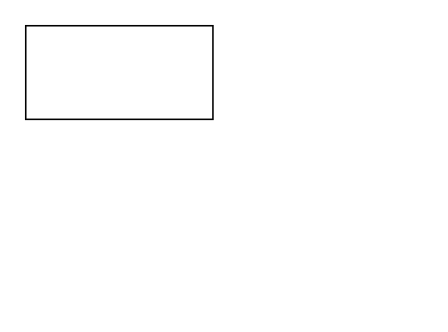
Above: Untitled Diagram.drawio in SecondDragon/MyDraw (draw.io), before the change. Source tidied: cells renumbered, new cells numbered last; positions are measured from the earlier drawing's top-left corner, leaving out a move shared by most shapes. Both pictures are drawn from the tidied source at 156%, with x=0, y=0 at pixel (25, 25).
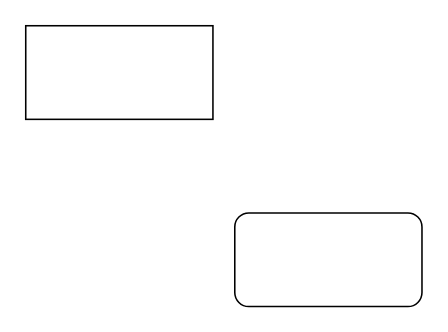
After the change.

What changed in the source:
```diff
@@
 <mxGraphModel>
   <root>
     <mxCell id="0" />
     <mxCell id="1" parent="0" />
     <mxCell id="2" style="rounded=0;whiteSpace=wrap;html=1;" parent="1" vertex="1">
       <mxGeometry width="120" height="60" as="geometry" />
     </mxCell>
+    <mxCell id="3" style="rounded=1;whiteSpace=wrap;html=1;" parent="1" vertex="1">
+      <mxGeometry x="134" y="120" width="120" height="60" as="geometry" />
+    </mxCell>
   </root>
 </mxGraphModel>
```
